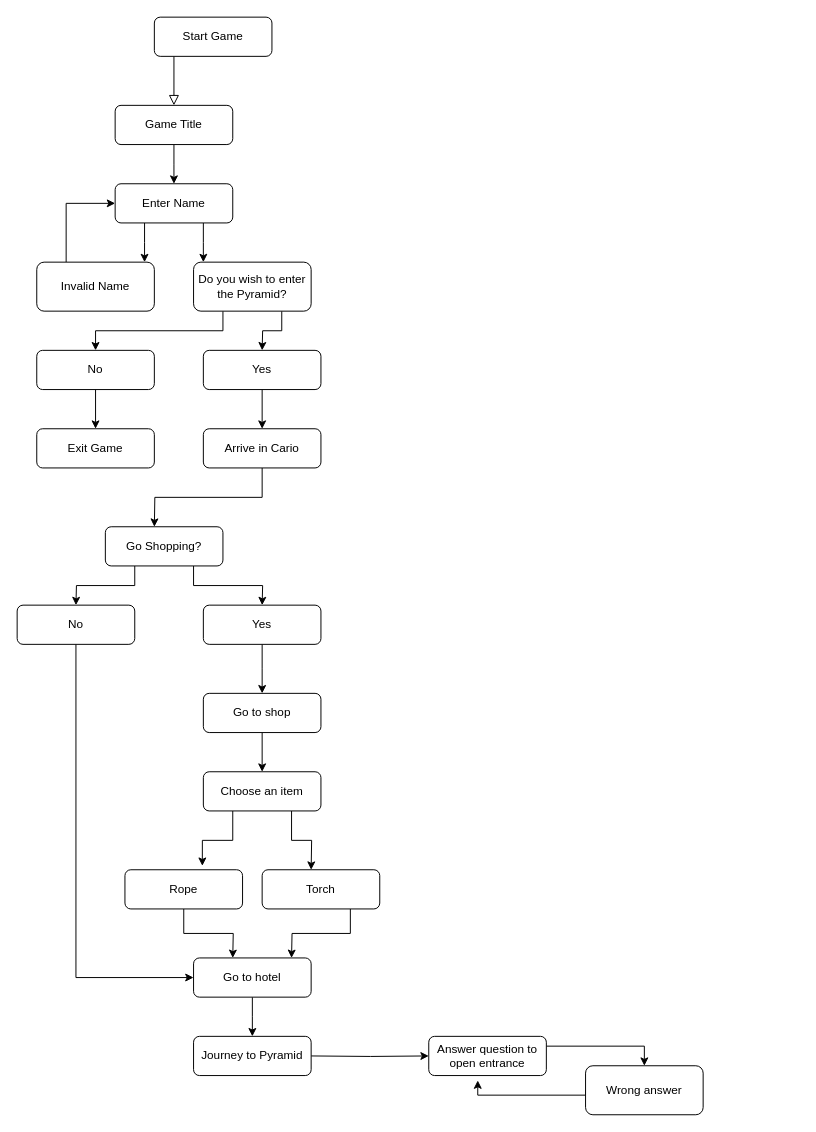
The draw.io diagram Untitled Diagram.drawio in ogc1231/puzzle-pyramid, before the edit. Source tidied: cells renumbered, new cells numbered last; positions are measured from the earlier drawing's top-left corner, leaving out a move shared by most shapes. Both pictures are drawn from the tidied source at 98%, with x=0, y=0 at pixel (17, 17).
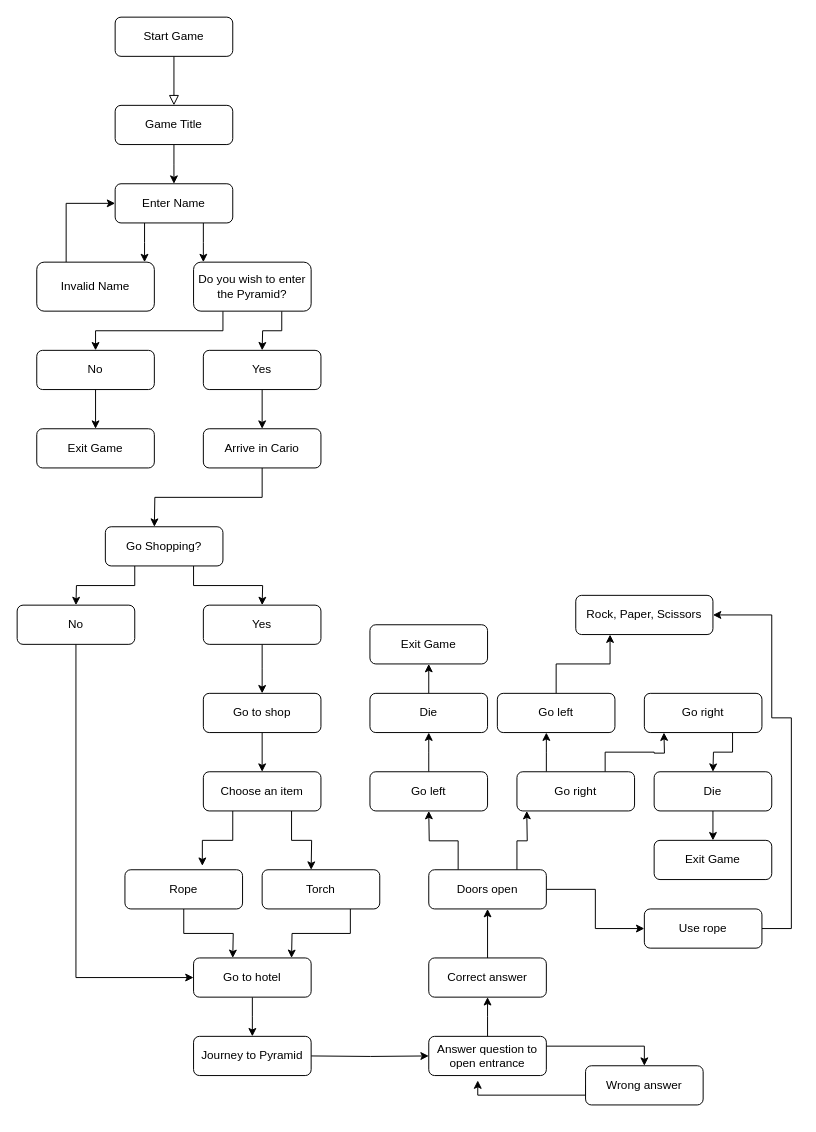
After the change.

Commit message:
up to rock, paper, scissors

Unchanged cells that the change refers to:
```xml
<mxCell id="43" value="Answer question to open entrance" style="rounded=1;whiteSpace=wrap;html=1;" parent="1" vertex="1">
  <mxGeometry x="420" y="1040" width="120" height="40" as="geometry" />
</mxCell>
```

What changed in the source:
```diff
@@
     <mxCell id="3" value="Start Game" style="rounded=1;whiteSpace=wrap;html=1;fontSize=12;glass=0;strokeWidth=1;shadow=0;" parent="1" vertex="1">
-      <mxGeometry x="140" width="120" height="40" as="geometry" />
+      <mxGeometry x="100" width="120" height="40" as="geometry" />
     </mxCell>
@@
+    <mxCell id="46" style="edgeStyle=orthogonalEdgeStyle;rounded=0;jettySize=auto;html=1;exitX=0.5;exitY=0;exitDx=0;exitDy=0;" parent="1" edge="1" source="43">
+      <mxGeometry relative="1" as="geometry">
+        <mxPoint x="480" y="1000" as="targetPoint" />
+      </mxGeometry>
+    </mxCell>
@@
     <mxCell id="45" value="Wrong answer" style="rounded=1;whiteSpace=wrap;html=1;" parent="1" vertex="1">
-      <mxGeometry x="580" y="1070" width="120" height="50" as="geometry" />
+      <mxGeometry x="580" y="1070" width="120" height="40" as="geometry" />
     </mxCell>
+    <mxCell id="47" style="edgeStyle=orthogonalEdgeStyle;rounded=0;jettySize=auto;html=1;exitX=0.5;exitY=0;exitDx=0;exitDy=0;entryX=0.5;entryY=1;entryDx=0;entryDy=0;" parent="1" edge="1" source="48" target="52">
+      <mxGeometry relative="1" as="geometry" />
+    </mxCell>
+    <mxCell id="48" value="Correct answer" style="rounded=1;whiteSpace=wrap;html=1;" parent="1" vertex="1">
+      <mxGeometry x="420" y="960" width="120" height="40" as="geometry" />
+    </mxCell>
+    <mxCell id="49" style="edgeStyle=orthogonalEdgeStyle;rounded=0;jettySize=auto;html=1;exitX=0.25;exitY=0;exitDx=0;exitDy=0;" parent="1" edge="1" source="52">
+      <mxGeometry relative="1" as="geometry">
+        <mxPoint x="420" y="810" as="targetPoint" />
+      </mxGeometry>
+    </mxCell>
+    <mxCell id="50" style="edgeStyle=orthogonalEdgeStyle;rounded=0;jettySize=auto;html=1;exitX=0.75;exitY=0;exitDx=0;exitDy=0;" parent="1" edge="1" source="52">
+      <mxGeometry relative="1" as="geometry">
+        <mxPoint x="520" y="810" as="targetPoint" />
+      </mxGeometry>
+    </mxCell>
+    <mxCell id="51" style="edgeStyle=orthogonalEdgeStyle;rounded=0;jettySize=auto;html=1;exitX=1;exitY=0.5;exitDx=0;exitDy=0;entryX=0;entryY=0.5;entryDx=0;entryDy=0;" parent="1" edge="1" source="52" target="54">
+      <mxGeometry relative="1" as="geometry" />
+    </mxCell>
+    <mxCell id="52" value="Doors open" style="rounded=1;whiteSpace=wrap;html=1;" parent="1" vertex="1">
+      <mxGeometry x="420" y="870" width="120" height="40" as="geometry" />
+    </mxCell>
+    <mxCell id="53" style="edgeStyle=orthogonalEdgeStyle;rounded=0;jettySize=auto;html=1;exitX=1;exitY=0.5;exitDx=0;exitDy=0;entryX=1;entryY=0.5;entryDx=0;entryDy=0;" parent="1" edge="1" source="54" target="70">
+      <mxGeometry relative="1" as="geometry">
+        <Array as="points">
+          <mxPoint x="790" y="930" />
+          <mxPoint x="790" y="715" />
+          <mxPoint x="770" y="715" />
+          <mxPoint x="770" y="610" />
+        </Array>
+      </mxGeometry>
+    </mxCell>
+    <mxCell id="54" value="Use rope" style="rounded=1;whiteSpace=wrap;html=1;" parent="1" vertex="1">
+      <mxGeometry x="640" y="910" width="120" height="40" as="geometry" />
+    </mxCell>
+    <mxCell id="55" style="edgeStyle=orthogonalEdgeStyle;rounded=0;jettySize=auto;html=1;exitX=0.5;exitY=0;exitDx=0;exitDy=0;" parent="1" edge="1" source="56">
+      <mxGeometry relative="1" as="geometry">
+        <mxPoint x="420" y="730" as="targetPoint" />
+      </mxGeometry>
+    </mxCell>
+    <mxCell id="56" value="Go left" style="rounded=1;whiteSpace=wrap;html=1;" parent="1" vertex="1">
+      <mxGeometry x="360" y="770" width="120" height="40" as="geometry" />
+    </mxCell>
+    <mxCell id="57" style="edgeStyle=orthogonalEdgeStyle;rounded=0;jettySize=auto;html=1;exitX=0.25;exitY=0;exitDx=0;exitDy=0;" parent="1" edge="1" source="59">
+      <mxGeometry relative="1" as="geometry">
+        <mxPoint x="540" y="730" as="targetPoint" />
+      </mxGeometry>
+    </mxCell>
+    <mxCell id="58" style="edgeStyle=orthogonalEdgeStyle;rounded=0;jettySize=auto;html=1;exitX=0.75;exitY=0;exitDx=0;exitDy=0;" parent="1" edge="1" source="59">
+      <mxGeometry relative="1" as="geometry">
+        <mxPoint x="660" y="730" as="targetPoint" />
+      </mxGeometry>
+    </mxCell>
+    <mxCell id="59" value="Go right" style="rounded=1;whiteSpace=wrap;html=1;" parent="1" vertex="1">
+      <mxGeometry x="510" y="770" width="120" height="40" as="geometry" />
+    </mxCell>
+    <mxCell id="60" style="edgeStyle=orthogonalEdgeStyle;rounded=0;jettySize=auto;html=1;exitX=0.5;exitY=0;exitDx=0;exitDy=0;" parent="1" edge="1" source="61">
+      <mxGeometry relative="1" as="geometry">
+        <mxPoint x="420" y="660" as="targetPoint" />
+      </mxGeometry>
+    </mxCell>
+    <mxCell id="61" value="Die" style="rounded=1;whiteSpace=wrap;html=1;" parent="1" vertex="1">
+      <mxGeometry x="360" y="690" width="120" height="40" as="geometry" />
+    </mxCell>
+    <mxCell id="62" value="Exit Game" style="rounded=1;whiteSpace=wrap;html=1;" parent="1" vertex="1">
+      <mxGeometry x="360" y="620" width="120" height="40" as="geometry" />
+    </mxCell>
+    <mxCell id="63" style="edgeStyle=orthogonalEdgeStyle;rounded=0;jettySize=auto;html=1;exitX=0.5;exitY=0;exitDx=0;exitDy=0;entryX=0.25;entryY=1;entryDx=0;entryDy=0;" parent="1" edge="1" source="64" target="70">
+      <mxGeometry relative="1" as="geometry" />
+    </mxCell>
+    <mxCell id="64" value="Go left" style="rounded=1;whiteSpace=wrap;html=1;" parent="1" vertex="1">
+      <mxGeometry x="490" y="690" width="120" height="40" as="geometry" />
+    </mxCell>
+    <mxCell id="65" style="edgeStyle=orthogonalEdgeStyle;rounded=0;jettySize=auto;html=1;exitX=0.75;exitY=1;exitDx=0;exitDy=0;" parent="1" edge="1" source="66">
+      <mxGeometry relative="1" as="geometry">
+        <mxPoint x="710" y="770" as="targetPoint" />
+      </mxGeometry>
+    </mxCell>
+    <mxCell id="66" value="Go right" style="rounded=1;whiteSpace=wrap;html=1;" parent="1" vertex="1">
+      <mxGeometry x="640" y="690" width="120" height="40" as="geometry" />
+    </mxCell>
+    <mxCell id="67" style="edgeStyle=orthogonalEdgeStyle;rounded=0;jettySize=auto;html=1;exitX=0.5;exitY=1;exitDx=0;exitDy=0;entryX=0.5;entryY=0;entryDx=0;entryDy=0;" parent="1" edge="1" source="68" target="69">
+      <mxGeometry relative="1" as="geometry" />
+    </mxCell>
+    <mxCell id="68" value="Die" style="rounded=1;whiteSpace=wrap;html=1;" parent="1" vertex="1">
+      <mxGeometry x="650" y="770" width="120" height="40" as="geometry" />
+    </mxCell>
+    <mxCell id="69" value="Exit Game" style="rounded=1;whiteSpace=wrap;html=1;" parent="1" vertex="1">
+      <mxGeometry x="650" y="840" width="120" height="40" as="geometry" />
+    </mxCell>
+    <mxCell id="70" value="Rock, Paper, Scissors" style="rounded=1;whiteSpace=wrap;html=1;" parent="1" vertex="1">
+      <mxGeometry x="570" y="590" width="140" height="40" as="geometry" />
+    </mxCell>
```
